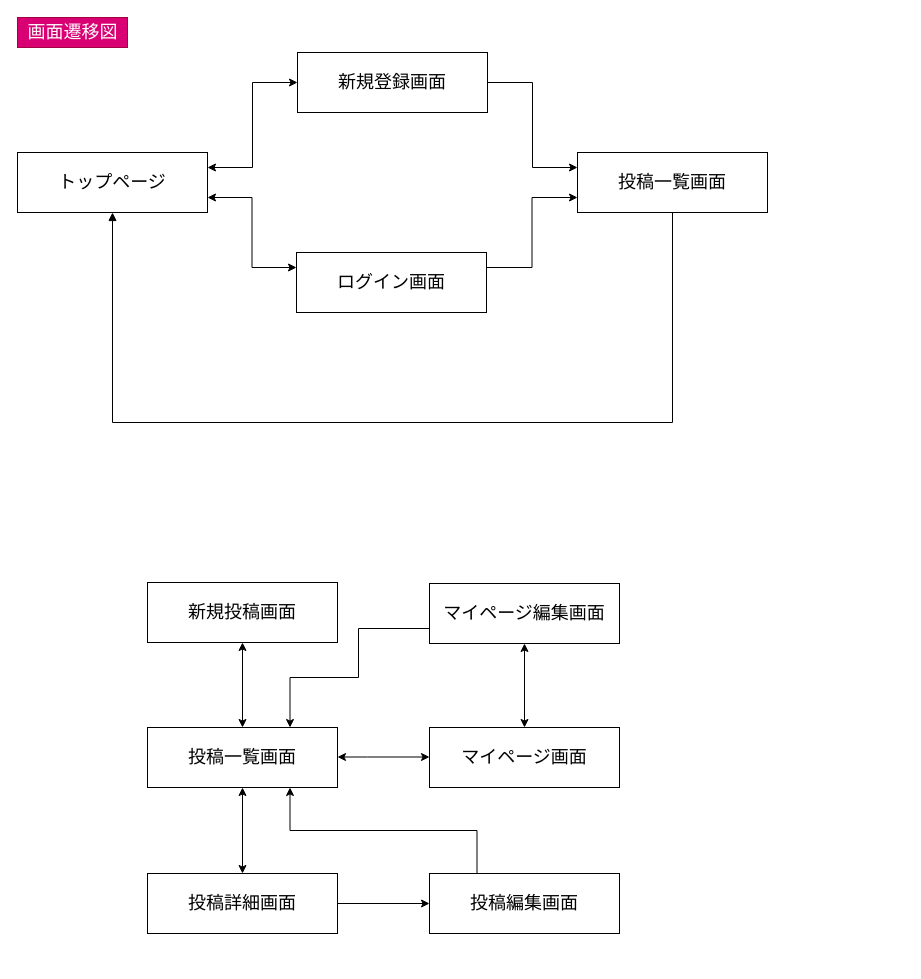
ALBAS23/ramen_app_01 keeps this draw.io diagram as page "画面遷移図" (2 of 2) of ER.dio. Above is the earlier version. Source tidied: cells renumbered, new cells numbered last; positions are measured from the earlier drawing's top-left corner, leaving out a move shared by most shapes. Both pictures are drawn from the tidied source at 100%, with x=0, y=0 at pixel (17, 17).
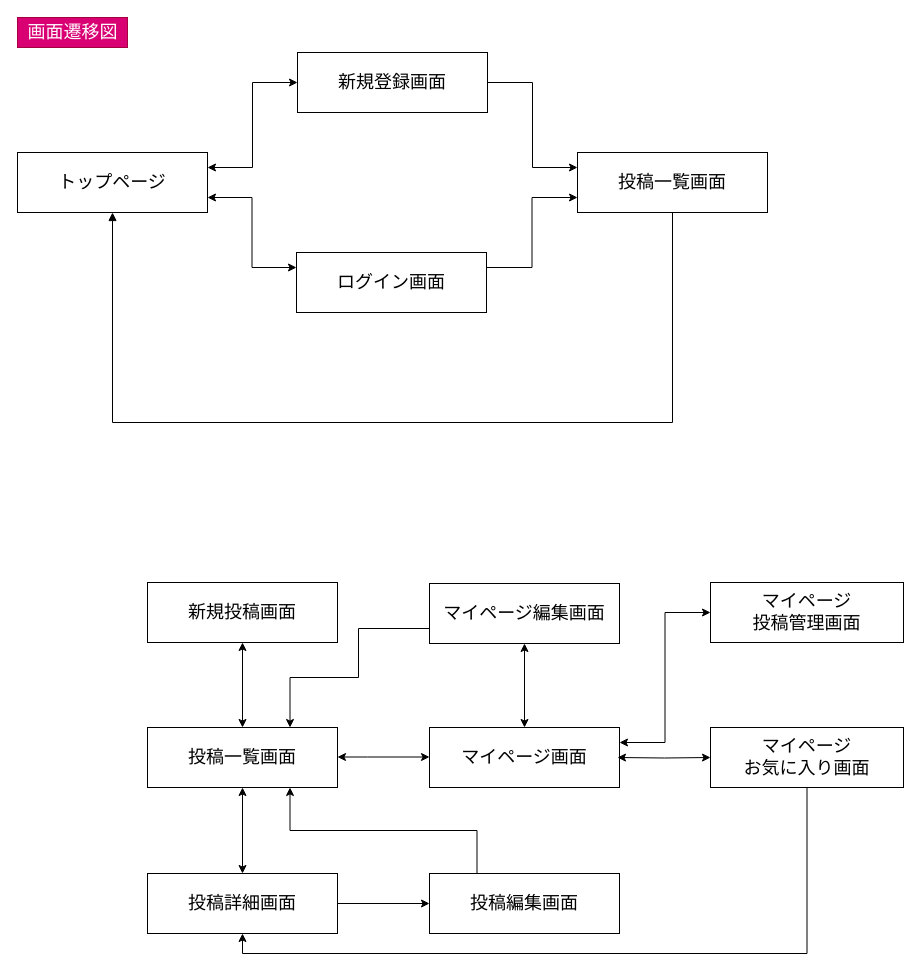
Above is the later version.

Commit message:
ER図修正 画面遷移図の追加

Unchanged cells that the change refers to:
```xml
<mxCell id="14" value="&lt;font style=&quot;font-size: 18px&quot;&gt;投稿詳細画面&lt;/font&gt;" style="whiteSpace=wrap;html=1;" parent="1" vertex="1">
  <mxGeometry x="130" y="856" width="190" height="60" as="geometry" />
</mxCell>
<mxCell id="20" value="&lt;span style=&quot;font-size: 18px&quot;&gt;マイページ画面&lt;/span&gt;" style="whiteSpace=wrap;html=1;" parent="1" vertex="1">
  <mxGeometry x="412" y="710" width="190" height="60" as="geometry" />
</mxCell>
```

The edit, as a diff of the source:
```diff
@@
+    <mxCell id="25" value="&lt;span style=&quot;font-size: 18px&quot;&gt;マイページ&lt;br&gt;お気に入り画面&lt;/span&gt;" style="whiteSpace=wrap;html=1;" parent="1" vertex="1">
+      <mxGeometry x="693" y="710" width="193" height="60" as="geometry" />
+    </mxCell>
+    <mxCell id="26" style="edgeStyle=orthogonalEdgeStyle;rounded=0;jettySize=auto;html=1;startArrow=classic;startFill=1;endArrow=classic;endFill=1;" parent="1" edge="1" target="25">
+      <mxGeometry relative="1" as="geometry">
+        <mxPoint x="600" y="740" as="sourcePoint" />
+      </mxGeometry>
+    </mxCell>
+    <mxCell id="27" style="edgeStyle=orthogonalEdgeStyle;rounded=0;jettySize=auto;html=1;startArrow=classic;startFill=1;endArrow=none;endFill=0;entryX=0.5;entryY=1;entryDx=0;entryDy=0;exitX=0.5;exitY=1;exitDx=0;exitDy=0;" parent="1" edge="1" source="14" target="25">
+      <mxGeometry relative="1" as="geometry" />
+    </mxCell>
+    <mxCell id="28" value="&lt;span style=&quot;font-size: 18px&quot;&gt;マイページ&lt;br&gt;投稿管理画面&lt;/span&gt;" style="whiteSpace=wrap;html=1;" parent="1" vertex="1">
+      <mxGeometry x="693" y="565" width="193" height="60" as="geometry" />
+    </mxCell>
+    <mxCell id="29" style="edgeStyle=orthogonalEdgeStyle;rounded=0;jettySize=auto;html=1;exitX=1;exitY=0.25;exitDx=0;exitDy=0;entryX=0;entryY=0.5;entryDx=0;entryDy=0;startArrow=classic;startFill=1;endArrow=classic;endFill=1;" parent="1" edge="1" source="20" target="28">
+      <mxGeometry relative="1" as="geometry" />
+    </mxCell>
```
